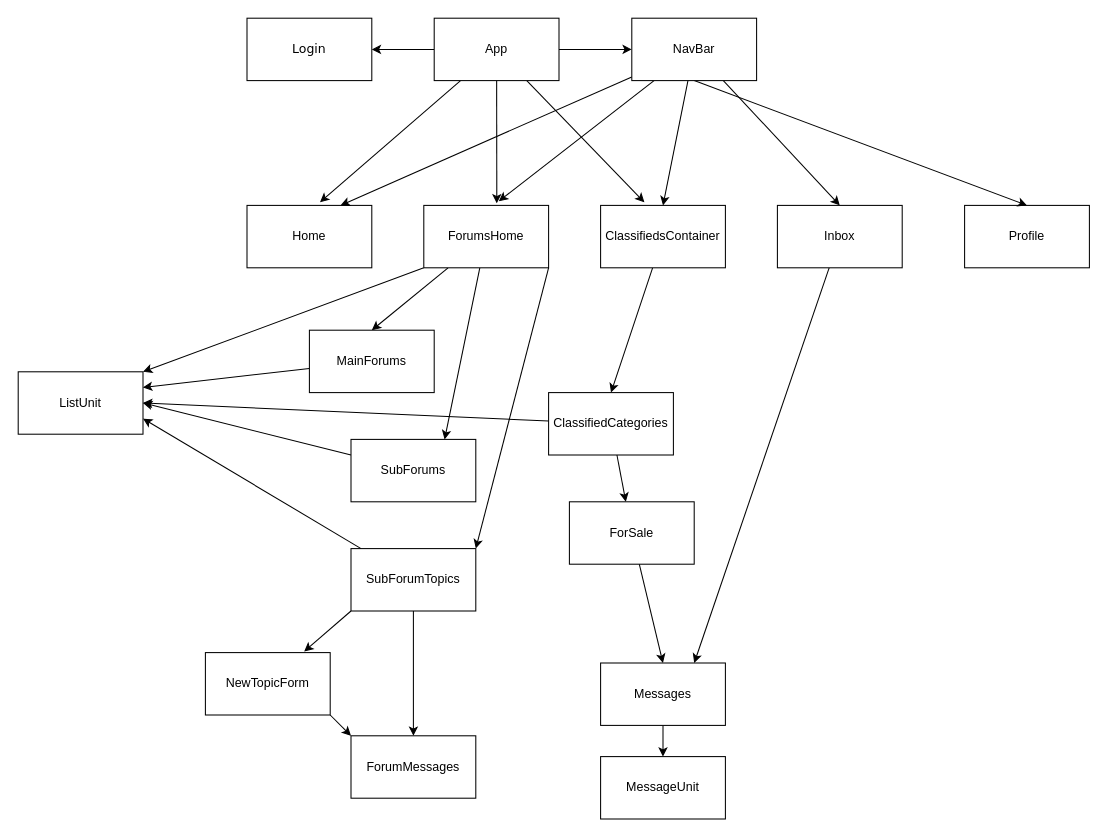
This is client/wireframe.drawio from stringtheory92/CAPSTONE, a draw.io file, before an edit. Source tidied: cells renumbered, new cells numbered last; positions are measured from the earlier drawing's top-left corner, leaving out a move shared by most shapes. Both pictures are drawn from the tidied source at 104%, with x=0, y=0 at pixel (18, 18).
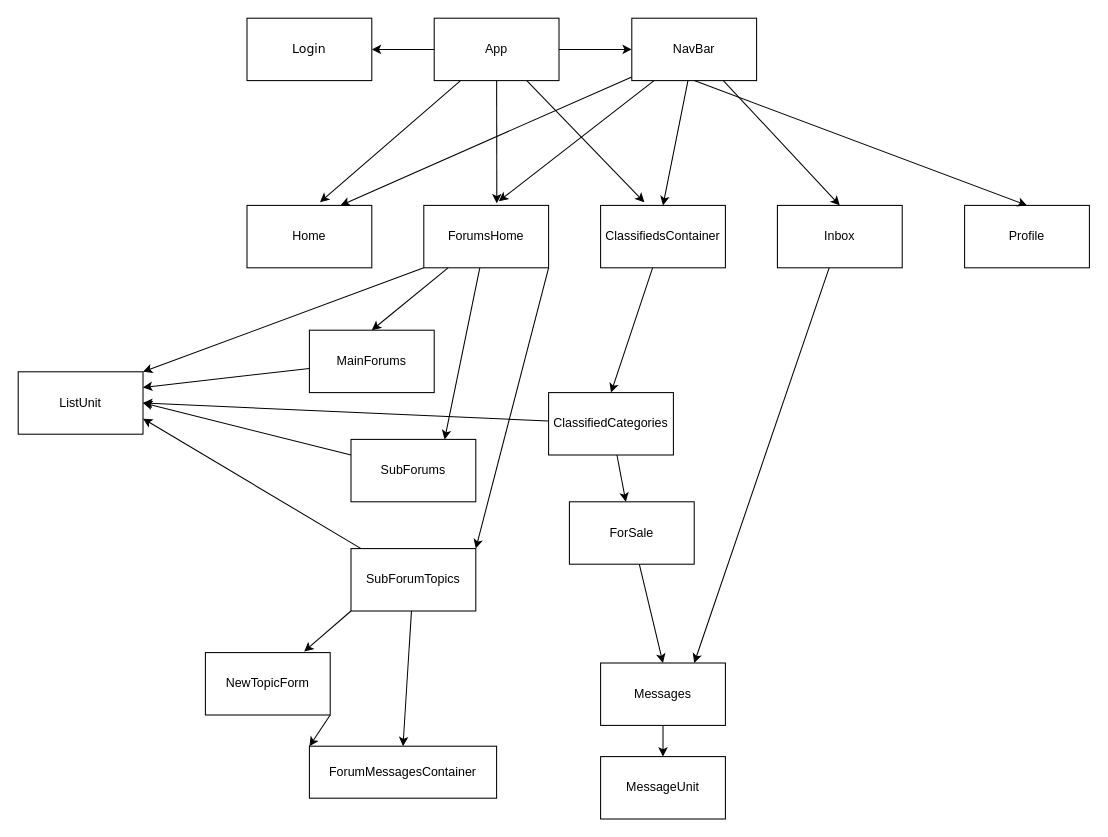
After the change.

Change to the diagram source:
```diff
@@
-    <mxCell id="45" value="ForumMessages" style="rounded=0;whiteSpace=wrap;html=1;" parent="1" vertex="1">
-      <mxGeometry x="320" y="690" width="120" height="60" as="geometry" />
+    <mxCell id="45" value="ForumMessagesContainer&lt;br&gt;" style="rounded=0;whiteSpace=wrap;html=1;" parent="1" vertex="1">
+      <mxGeometry x="280" y="700" width="180" height="50" as="geometry" />
     </mxCell>
```
